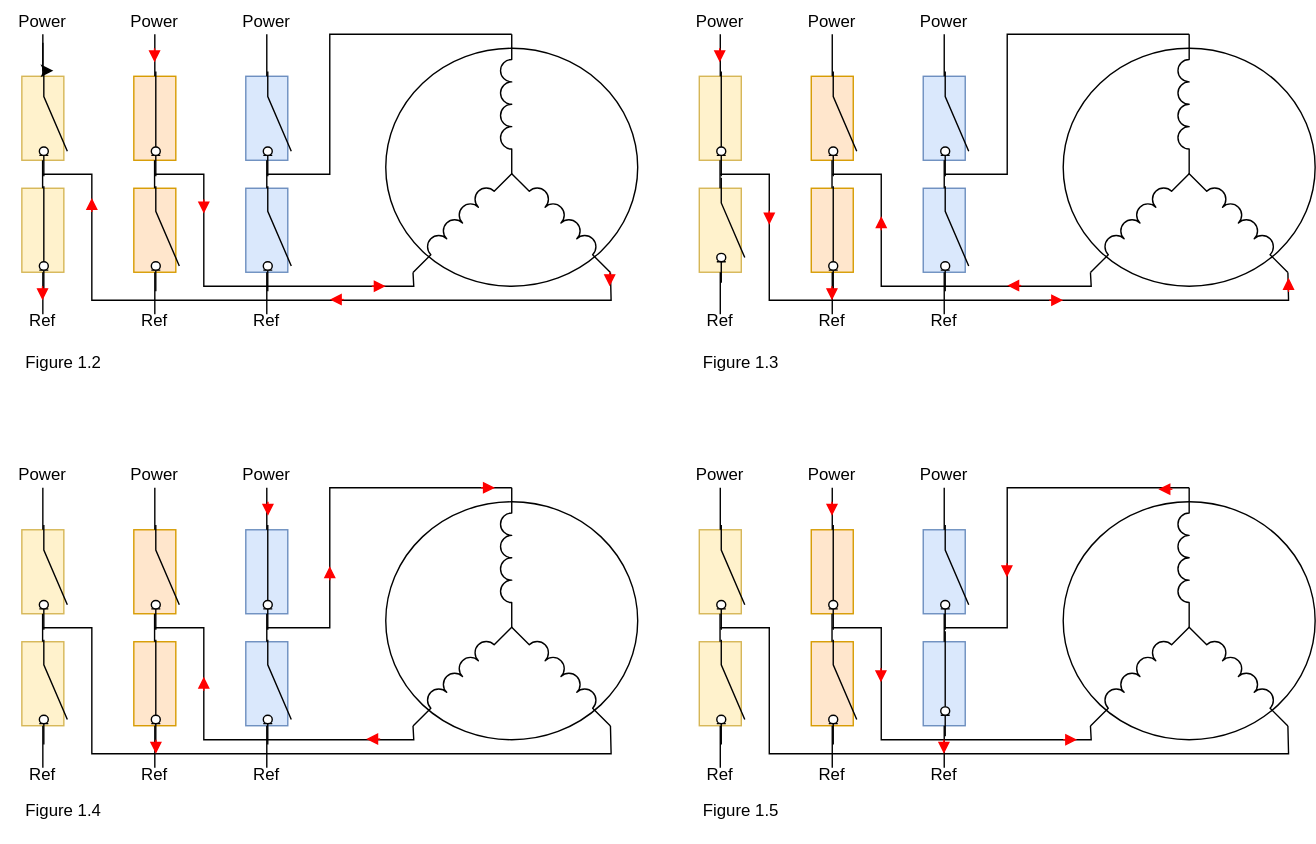
stephaneamans/ESC_Brushless keeps this draw.io diagram as 01-documentation/svg_files/esc_commutation_principle.drawio.svg. Above is the earlier version. Source tidied: cells renumbered, new cells last; positions are measured from the earlier drawing's top-left corner, leaving out a move shared by most shapes.
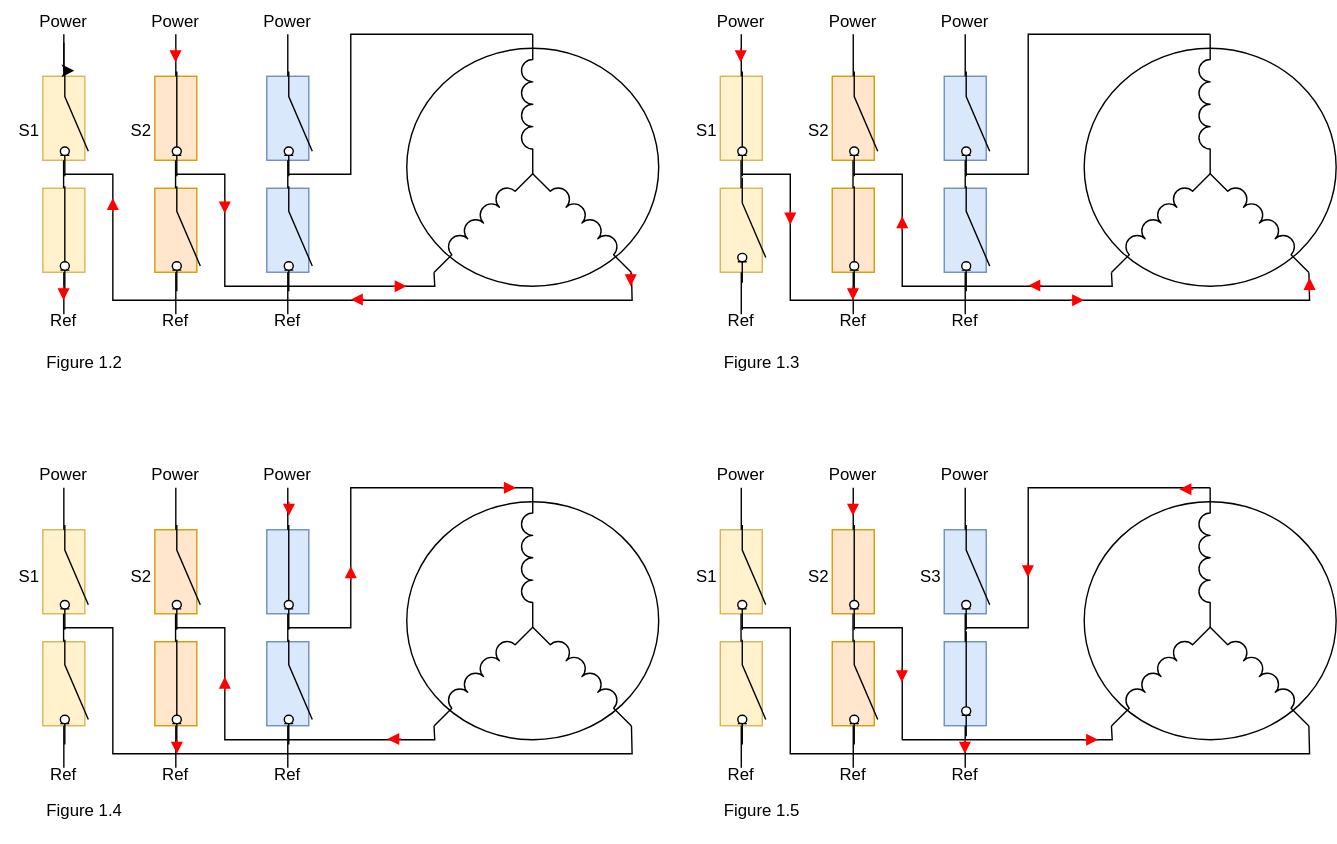
After the change.

Change to the diagram source:
```diff
@@ -760,5 +760,32 @@
     <mxCell id="169" value="Figure 1.5" style="text;html=1;align=center;verticalAlign=middle;whiteSpace=wrap;rounded=0;" parent="1" vertex="1">
       <mxGeometry x="499" y="564" width="60" height="30" as="geometry" />
     </mxCell>
+    <mxCell id="170" value="S1" style="text;html=1;align=center;verticalAlign=middle;strokeColor=none;fillColor=none;" parent="1" vertex="1">
+      <mxGeometry x="469" y="397" width="40" height="30" as="geometry" />
+    </mxCell>
+    <mxCell id="171" value="S1" style="text;html=1;align=center;verticalAlign=middle;strokeColor=none;fillColor=none;" parent="1" vertex="1">
+      <mxGeometry x="-15" y="78" width="40" height="30" as="geometry" />
+    </mxCell>
+    <mxCell id="172" value="S1" style="text;html=1;align=center;verticalAlign=middle;strokeColor=none;fillColor=none;" parent="1" vertex="1">
+      <mxGeometry x="-15" y="397" width="40" height="30" as="geometry" />
+    </mxCell>
+    <mxCell id="173" value="S1" style="text;html=1;align=center;verticalAlign=middle;strokeColor=none;fillColor=none;" parent="1" vertex="1">
+      <mxGeometry x="469" y="78" width="40" height="30" as="geometry" />
+    </mxCell>
+    <mxCell id="174" value="S2" style="text;html=1;align=center;verticalAlign=middle;strokeColor=none;fillColor=none;" parent="1" vertex="1">
+      <mxGeometry x="549" y="78" width="40" height="30" as="geometry" />
+    </mxCell>
+    <mxCell id="175" value="S2" style="text;html=1;align=center;verticalAlign=middle;strokeColor=none;fillColor=none;" parent="1" vertex="1">
+      <mxGeometry x="549" y="397" width="40" height="30" as="geometry" />
+    </mxCell>
+    <mxCell id="176" value="S2" style="text;html=1;align=center;verticalAlign=middle;strokeColor=none;fillColor=none;" parent="1" vertex="1">
+      <mxGeometry x="65" y="78" width="40" height="30" as="geometry" />
+    </mxCell>
+    <mxCell id="177" value="S2" style="text;html=1;align=center;verticalAlign=middle;strokeColor=none;fillColor=none;" parent="1" vertex="1">
+      <mxGeometry x="65" y="397" width="40" height="30" as="geometry" />
+    </mxCell>
+    <mxCell id="178" value="S3" style="text;html=1;align=center;verticalAlign=middle;strokeColor=none;fillColor=none;" parent="1" vertex="1">
+      <mxGeometry x="629" y="397" width="40" height="30" as="geometry" />
+    </mxCell>
   </root>
 </mxGraphModel>
```
